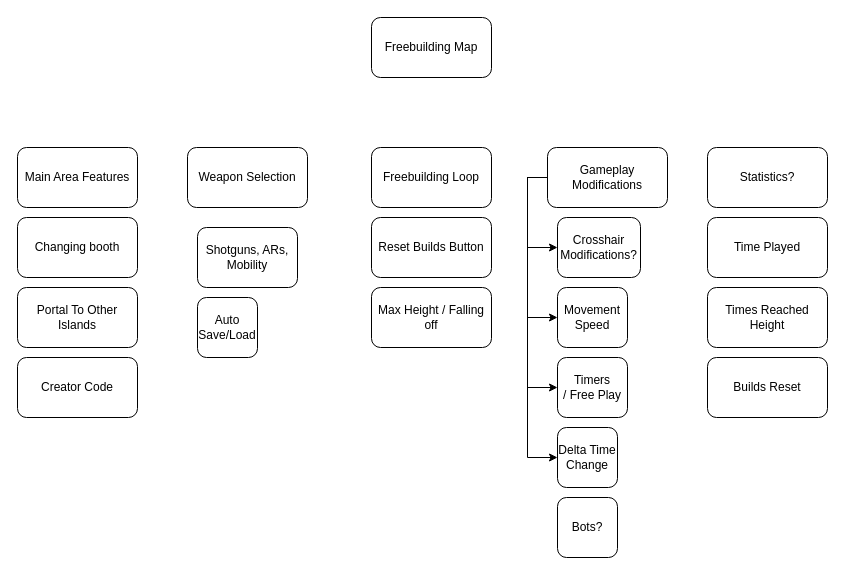
This is FreeBuildMap.drawio from Avsilver/mapflowcharts, a draw.io file, before an edit. Source tidied: cells renumbered, new cells numbered last; positions are measured from the earlier drawing's top-left corner, leaving out a move shared by most shapes. Both pictures are drawn from the tidied source at 100%, with x=0, y=0 at pixel (17, 17).
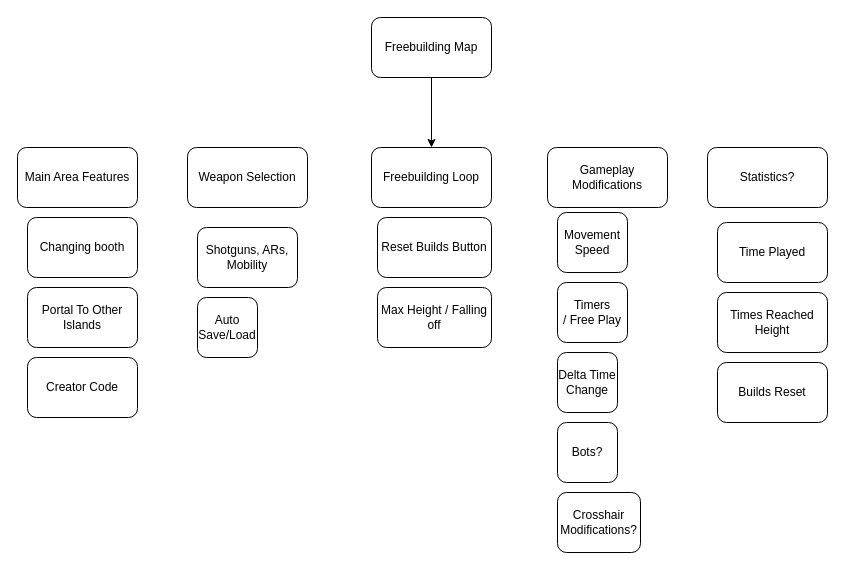
Above is the later version.

The change refers to these unchanged cells:
```xml
<mxCell id="2" value="Freebuilding Map" style="rounded=1;whiteSpace=wrap;html=1;" parent="1" vertex="1">
  <mxGeometry x="354" width="120" height="60" as="geometry" />
</mxCell>
<mxCell id="4" value="Freebuilding Loop" style="rounded=1;whiteSpace=wrap;html=1;" parent="1" vertex="1">
  <mxGeometry x="354" y="130" width="120" height="60" as="geometry" />
</mxCell>
<mxCell id="9" value="Gameplay Modifications" style="rounded=1;whiteSpace=wrap;html=1;" parent="1" vertex="1">
  <mxGeometry x="530" y="130" width="120" height="60" as="geometry" />
</mxCell>
```

Change to the diagram source:
```diff
@@
+    <mxCell id="27" style="edgeStyle=orthogonalEdgeStyle;rounded=0;jettySize=auto;html=1;exitX=0.5;exitY=1;exitDx=0;exitDy=0;" parent="1" edge="1" source="2" target="4">
+      <mxGeometry relative="1" as="geometry" />
+    </mxCell>
@@
-    <mxCell id="5" style="edgeStyle=orthogonalEdgeStyle;rounded=0;jettySize=auto;html=1;exitX=0;exitY=0.5;exitDx=0;exitDy=0;entryX=0;entryY=0.5;entryDx=0;entryDy=0;" parent="1" edge="1" source="9" target="15">
-      <mxGeometry relative="1" as="geometry" />
-    </mxCell>
-    <mxCell id="6" style="edgeStyle=orthogonalEdgeStyle;rounded=0;jettySize=auto;html=1;exitX=0;exitY=0.5;exitDx=0;exitDy=0;entryX=0;entryY=0.5;entryDx=0;entryDy=0;" parent="1" edge="1" source="9" target="13">
-      <mxGeometry relative="1" as="geometry" />
-    </mxCell>
-    <mxCell id="7" style="edgeStyle=orthogonalEdgeStyle;rounded=0;jettySize=auto;html=1;exitX=0;exitY=0.5;exitDx=0;exitDy=0;entryX=0;entryY=0.5;entryDx=0;entryDy=0;" parent="1" edge="1" source="9" target="12">
-      <mxGeometry relative="1" as="geometry" />
-    </mxCell>
-    <mxCell id="8" style="edgeStyle=orthogonalEdgeStyle;rounded=0;jettySize=auto;html=1;exitX=0;exitY=0.5;exitDx=0;exitDy=0;entryX=0;entryY=0.5;entryDx=0;entryDy=0;" parent="1" edge="1" source="9" target="14">
-      <mxGeometry relative="1" as="geometry" />
-    </mxCell>
@@
     <mxCell id="12" value="Timers&lt;div&gt;/ Free Play&lt;/div&gt;" style="rounded=1;whiteSpace=wrap;html=1;" parent="1" vertex="1">
-      <mxGeometry x="540" y="340" width="70" height="60" as="geometry" />
+      <mxGeometry x="540" y="265" width="70" height="60" as="geometry" />
     </mxCell>
     <mxCell id="13" value="Movement Speed" style="rounded=1;whiteSpace=wrap;html=1;" parent="1" vertex="1">
-      <mxGeometry x="540" y="270" width="70" height="60" as="geometry" />
+      <mxGeometry x="540" y="195" width="70" height="60" as="geometry" />
     </mxCell>
     <mxCell id="14" value="Delta Time Change" style="rounded=1;whiteSpace=wrap;html=1;" parent="1" vertex="1">
-      <mxGeometry x="540" y="410" width="60" height="60" as="geometry" />
+      <mxGeometry x="540" y="335" width="60" height="60" as="geometry" />
     </mxCell>
     <mxCell id="15" value="Crosshair Modifications?" style="rounded=1;whiteSpace=wrap;html=1;" parent="1" vertex="1">
-      <mxGeometry x="540" y="200" width="83" height="60" as="geometry" />
+      <mxGeometry x="540" y="475" width="83" height="60" as="geometry" />
     </mxCell>
     <mxCell id="16" value="Bots?" style="rounded=1;whiteSpace=wrap;html=1;" parent="1" vertex="1">
-      <mxGeometry x="540" y="480" width="60" height="60" as="geometry" />
+      <mxGeometry x="540" y="405" width="60" height="60" as="geometry" />
     </mxCell>
@@
     <mxCell id="18" value="Time Played" style="rounded=1;whiteSpace=wrap;html=1;" parent="1" vertex="1">
-      <mxGeometry x="690" y="200" width="120" height="60" as="geometry" />
+      <mxGeometry x="700" y="205" width="110" height="60" as="geometry" />
     </mxCell>
     <mxCell id="19" value="Times Reached Height" style="rounded=1;whiteSpace=wrap;html=1;" parent="1" vertex="1">
-      <mxGeometry x="690" y="270" width="120" height="60" as="geometry" />
+      <mxGeometry x="700" y="275" width="110" height="60" as="geometry" />
     </mxCell>
     <mxCell id="20" value="Builds Reset" style="rounded=1;whiteSpace=wrap;html=1;" parent="1" vertex="1">
-      <mxGeometry x="690" y="340" width="120" height="60" as="geometry" />
+      <mxGeometry x="700" y="345" width="110" height="60" as="geometry" />
     </mxCell>
     <mxCell id="21" value="Reset Builds Button" style="rounded=1;whiteSpace=wrap;html=1;" parent="1" vertex="1">
-      <mxGeometry x="354" y="200" width="120" height="60" as="geometry" />
+      <mxGeometry x="360" y="200" width="114" height="60" as="geometry" />
     </mxCell>
     <mxCell id="22" value="Max Height / Falling off" style="rounded=1;whiteSpace=wrap;html=1;" parent="1" vertex="1">
-      <mxGeometry x="354" y="270" width="120" height="60" as="geometry" />
+      <mxGeometry x="360" y="270" width="114" height="60" as="geometry" />
     </mxCell>
@@
     <mxCell id="24" value="Changing booth" style="rounded=1;whiteSpace=wrap;html=1;" parent="1" vertex="1">
-      <mxGeometry y="200" width="120" height="60" as="geometry" />
+      <mxGeometry x="10" y="200" width="110" height="60" as="geometry" />
     </mxCell>
     <mxCell id="25" value="Portal To Other Islands" style="rounded=1;whiteSpace=wrap;html=1;" parent="1" vertex="1">
-      <mxGeometry y="270" width="120" height="60" as="geometry" />
+      <mxGeometry x="10" y="270" width="110" height="60" as="geometry" />
     </mxCell>
     <mxCell id="26" value="Creator Code" style="rounded=1;whiteSpace=wrap;html=1;" parent="1" vertex="1">
-      <mxGeometry y="340" width="120" height="60" as="geometry" />
+      <mxGeometry x="10" y="340" width="110" height="60" as="geometry" />
     </mxCell>
```
